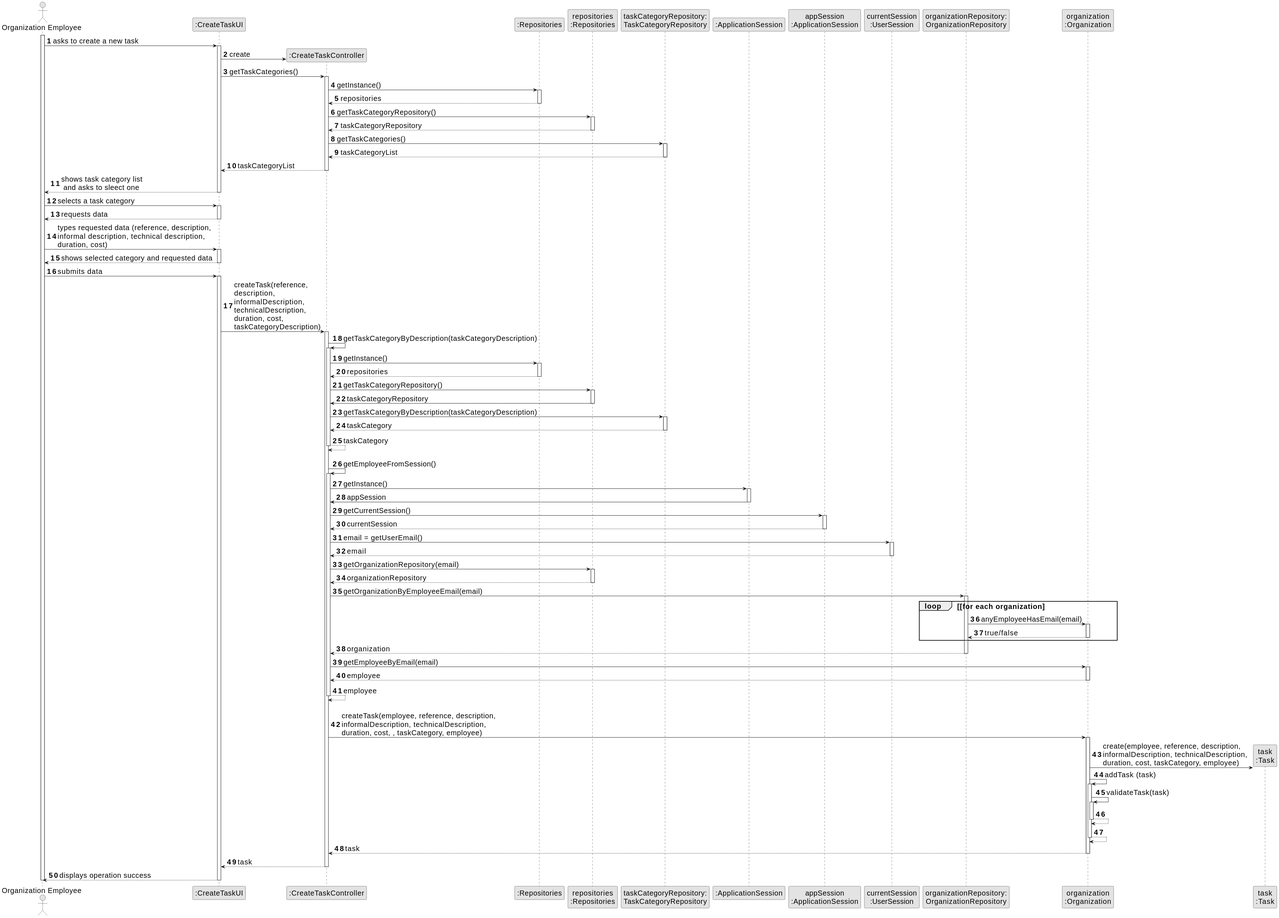
This is docs/sprintB/us002/03.design/svg/us002-sequence-diagram-full.svg from Goncalves2525/real-estate-management-system, a PlantUML export, as it was before one commit. Source of this version:
```plantuml
@startuml
skinparamlocked defaultFontSize 20
skinparam monochrome true
skinparam packageStyle rectangle
skinparam shadowing false

autonumber

actor "Organization Employee" as ADM
participant ":CreateTaskUI" as UI
participant ":CreateTaskController" as CTRL
participant ":Repositories" as RepositorySingleton
participant "repositories\n:Repositories" as PLAT
participant "taskCategoryRepository:\nTaskCategoryRepository" as TaskCategoryRepository
participant ":ApplicationSession" as _APP
participant "appSession\n:ApplicationSession" as APP
participant "currentSession\n:UserSession" as SESSAO
participant "organizationRepository:\nOrganizationRepository" as OrganizationRepository
participant "organization\n:Organization" as ORG
participant "task\n:Task" as TAREFA

activate ADM

        ADM -> UI : asks to create a new task

        activate UI

            UI -> CTRL** : create

            UI -> CTRL : getTaskCategories()
            activate CTRL

                CTRL -> RepositorySingleton : getInstance()
                activate RepositorySingleton

                    RepositorySingleton --> CTRL: repositories
                deactivate RepositorySingleton

                CTRL -> PLAT : getTaskCategoryRepository()
                activate PLAT

                    PLAT --> CTRL: taskCategoryRepository
                deactivate PLAT

                CTRL -> TaskCategoryRepository : getTaskCategories()
                activate TaskCategoryRepository

                    TaskCategoryRepository --> CTRL : taskCategoryList
                deactivate TaskCategoryRepository

                CTRL --> UI : taskCategoryList
            deactivate CTRL

            UI --> ADM : shows task category list\n and asks to sleect one
        deactivate UI

    ADM -> UI : selects a task category
    activate UI

        UI --> ADM : requests data
    deactivate UI

    ADM -> UI : types requested data (reference, description, \ninformal description, technical description,\nduration, cost)
    activate UI

        UI --> ADM : shows selected category and requested data
    deactivate UI

    ADM -> UI : submits data
    activate UI

        UI -> CTRL : createTask(reference,\ndescription,\ninformalDescription,\ntechnicalDescription,\nduration, cost,\ntaskCategoryDescription)
        activate CTRL

            CTRL -> CTRL : getTaskCategoryByDescription(taskCategoryDescription)
            activate CTRL

                CTRL -> RepositorySingleton : getInstance()
                activate RepositorySingleton

                    RepositorySingleton --> CTRL: repositories
                deactivate RepositorySingleton

                CTRL -> PLAT : getTaskCategoryRepository()
                activate PLAT

                    PLAT -> CTRL : taskCategoryRepository
                deactivate PLAT

                CTRL -> TaskCategoryRepository : getTaskCategoryByDescription(taskCategoryDescription)
                activate TaskCategoryRepository

                    TaskCategoryRepository --> CTRL : taskCategory
                deactivate TaskCategoryRepository
                    CTRL --> CTRL : taskCategory
            deactivate CTRL

            |||
            CTRL -> CTRL : getEmployeeFromSession()
            activate CTRL

                CTRL -> _APP: getInstance()
                activate _APP
                    _APP -> CTRL: appSession
                deactivate _APP


                CTRL -> APP: getCurrentSession()
                activate APP

                    APP --> CTRL: currentSession
                deactivate APP

                CTRL -> SESSAO: email = getUserEmail()
                activate SESSAO

                    SESSAO --> CTRL: email
                deactivate SESSAO


                CTRL -> PLAT: getOrganizationRepository(email)
                activate PLAT

                    PLAT --> CTRL: organizationRepository
                deactivate PLAT


                CTRL -> OrganizationRepository: getOrganizationByEmployeeEmail(email)
                activate OrganizationRepository

                    loop [for each organization
                        OrganizationRepository -> ORG : anyEmployeeHasEmail(email)
                        activate ORG

                             ORG --> OrganizationRepository : true/false
                        deactivate ORG
                    end
                    OrganizationRepository --> CTRL : organization
                deactivate OrganizationRepository

                CTRL -> ORG: getEmployeeByEmail(email)
                activate ORG

                    ORG --> CTRL : employee
                deactivate ORG

                CTRL --> CTRL : employee
            deactivate CTRL

            |||
            CTRL -> ORG: createTask(employee, reference, description,\ninformalDescription, technicalDescription,\nduration, cost, , taskCategory, employee)
            activate ORG

                ORG -> TAREFA**: create(employee, reference, description,\ninformalDescription, technicalDescription,\nduration, cost, taskCategory, employee)
                ORG -> ORG: addTask (task)


                activate ORG
                    ORG -> ORG: validateTask(task)
                    activate ORG
                        ORG --> ORG
                    deactivate ORG

                    ORG --> ORG
                deactivate ORG

                ORG --> CTRL : task

            deactivate ORG

            CTRL --> UI: task
            deactivate CTRL
            UI --> ADM: displays operation success
    deactivate UI

deactivate ADM
@enduml
```
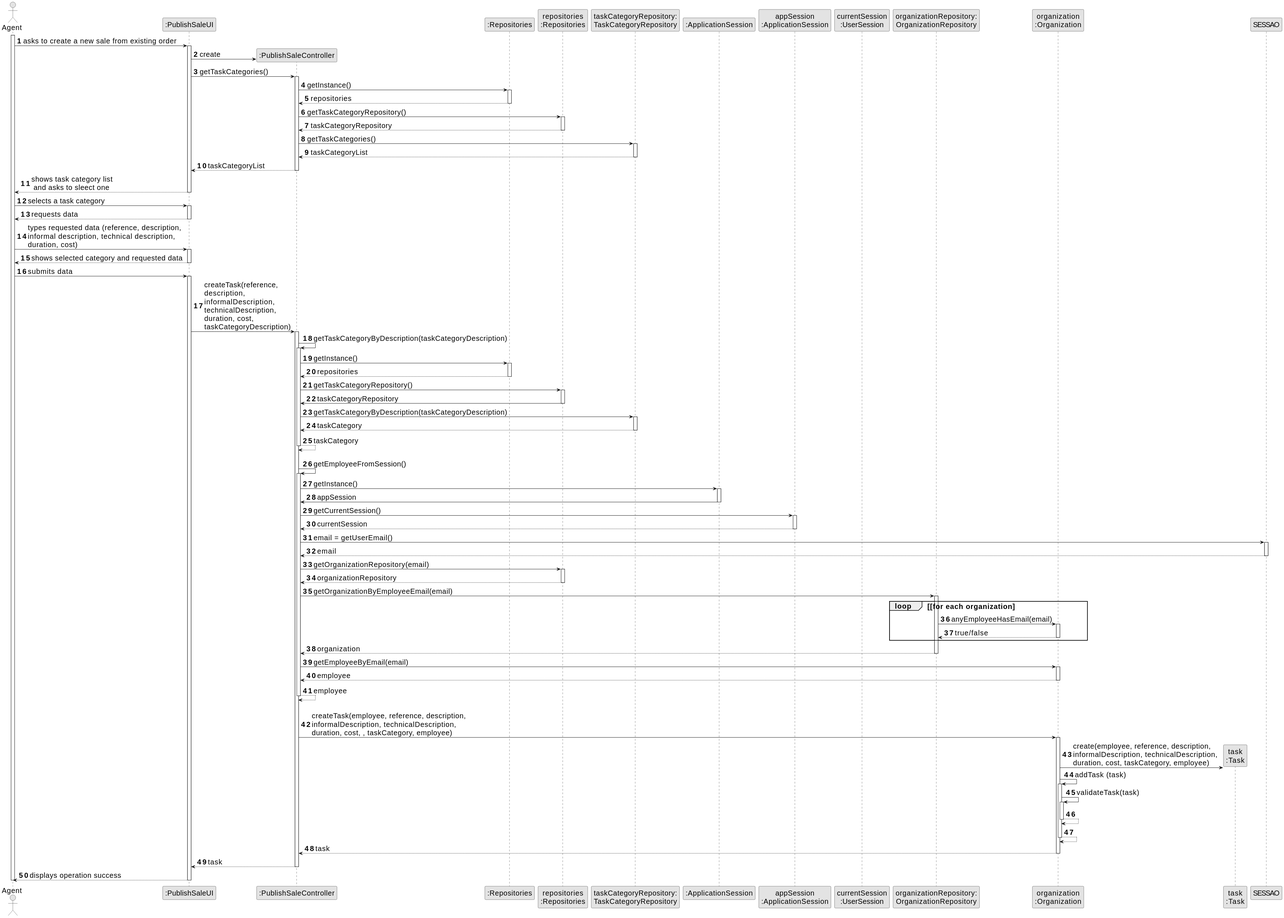
Above is the later version.

The edit, as a diff of the source:
```diff
@@ -6,22 +6,22 @@
 
 autonumber
 
-actor "Organization Employee" as ADM
-participant ":CreateTaskUI" as UI
-participant ":CreateTaskController" as CTRL
+actor "Agent" as AGT
+participant ":PublishSaleUI" as UI
+participant ":PublishSaleController" as CTRL
 participant ":Repositories" as RepositorySingleton
 participant "repositories\n:Repositories" as PLAT
 participant "taskCategoryRepository:\nTaskCategoryRepository" as TaskCategoryRepository
 participant ":ApplicationSession" as _APP
 participant "appSession\n:ApplicationSession" as APP
-participant "currentSession\n:UserSession" as SESSAO
+participant "currentSession\n:UserSession" as SESSION
 participant "organizationRepository:\nOrganizationRepository" as OrganizationRepository
 participant "organization\n:Organization" as ORG
 participant "task\n:Task" as TAREFA
 
-activate ADM
+activate AGT
 
-        ADM -> UI : asks to create a new task
+        AGT -> UI : asks to create a new sale from existing order
 
         activate UI
 
@@ -51,22 +51,22 @@
                 CTRL --> UI : taskCategoryList
             deactivate CTRL
 
-            UI --> ADM : shows task category list\n and asks to sleect one
+            UI --> AGT : shows task category list\n and asks to sleect one
         deactivate UI
 
-    ADM -> UI : selects a task category
+    AGT -> UI : selects a task category
     activate UI
 
-        UI --> ADM : requests data
+        UI --> AGT : requests data
     deactivate UI
 
-    ADM -> UI : types requested data (reference, description, \ninformal description, technical description,\nduration, cost)
+    AGT -> UI : types requested data (reference, description, \ninformal description, technical description,\nduration, cost)
     activate UI
 
-        UI --> ADM : shows selected category and requested data
+        UI --> AGT : shows selected category and requested data
     deactivate UI
 
-    ADM -> UI : submits data
+    AGT -> UI : submits data
     activate UI
 
         UI -> CTRL : createTask(reference,\ndescription,\ninformalDescription,\ntechnicalDescription,\nduration, cost,\ntaskCategoryDescription)
@@ -170,8 +170,8 @@
 
             CTRL --> UI: task
             deactivate CTRL
-            UI --> ADM: displays operation success
+            UI --> AGT: displays operation success
     deactivate UI
 
-deactivate ADM
+deactivate AGT
 @enduml
```
